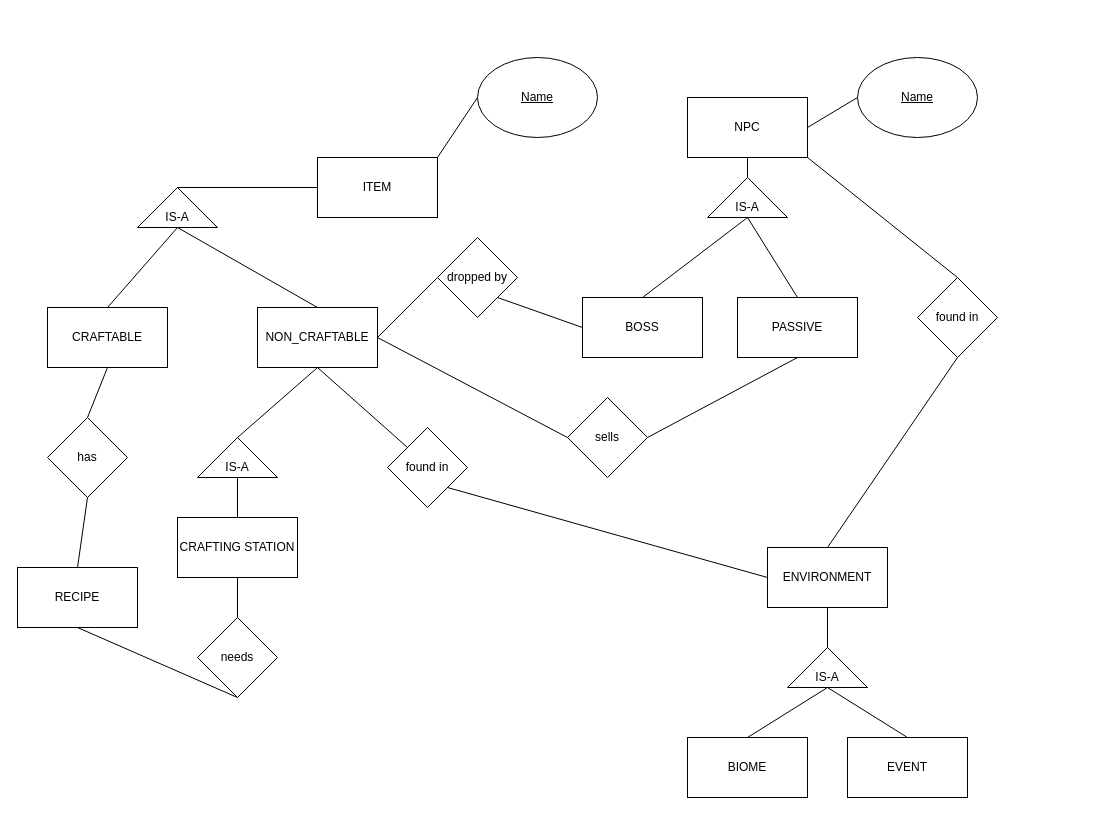
The draw.io diagram Terraria.drawio in ahridesu/guioes-BD, before the edit. Source tidied: cells renumbered, new cells numbered last; positions are measured from the earlier drawing's top-left corner, leaving out a move shared by most shapes. Both pictures are drawn from the tidied source at 100%, with x=0, y=0 at pixel (17, 57).
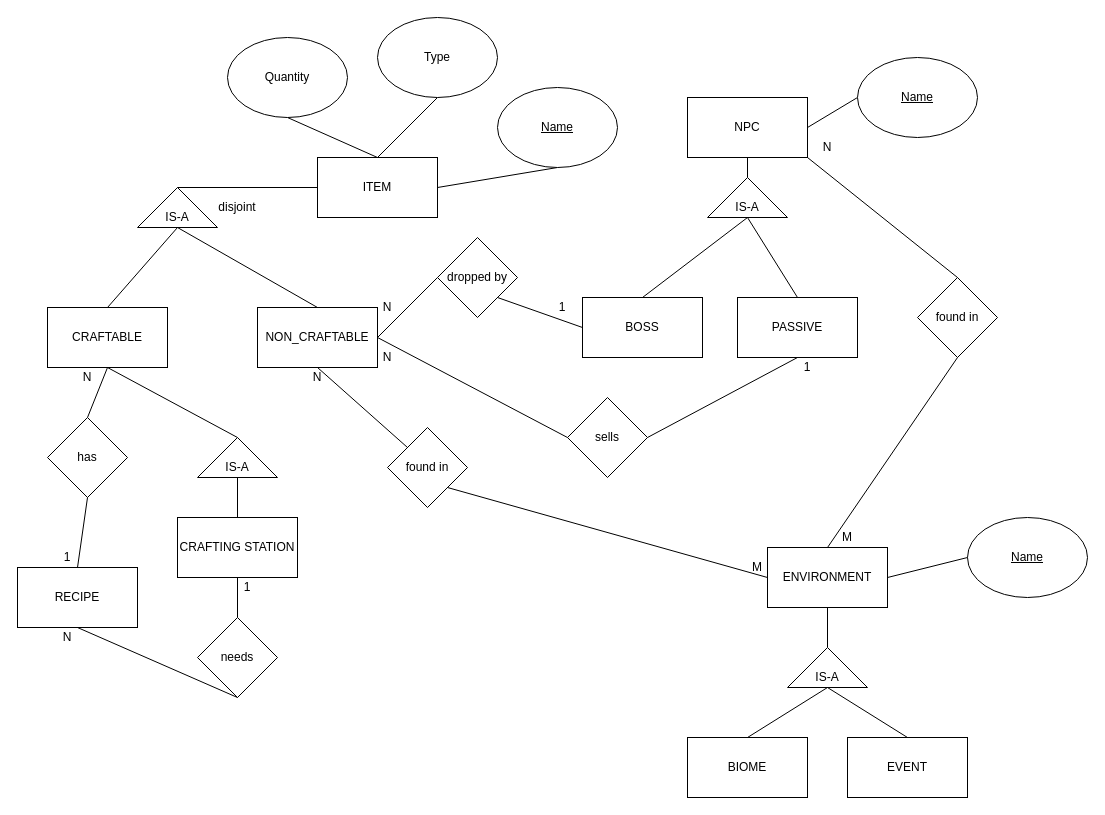
The same page after the edit.

The change refers to these unchanged cells:
```xml
<mxCell id="2" value="ITEM" style="rounded=0;whiteSpace=wrap;html=1;" parent="1" vertex="1">
  <mxGeometry x="300" y="100" width="120" height="60" as="geometry" />
</mxCell>
<mxCell id="16" value="ENVIRONMENT" style="rounded=0;whiteSpace=wrap;html=1;" parent="1" vertex="1">
  <mxGeometry x="750" y="490" width="120" height="60" as="geometry" />
</mxCell>
<mxCell id="30" value="CRAFTABLE" style="rounded=0;whiteSpace=wrap;html=1;" parent="1" vertex="1">
  <mxGeometry x="30" y="250" width="120" height="60" as="geometry" />
</mxCell>
<mxCell id="32" value="NON_CRAFTABLE" style="rounded=0;whiteSpace=wrap;html=1;" parent="1" vertex="1">
  <mxGeometry x="240" y="250" width="120" height="60" as="geometry" />
</mxCell>
<mxCell id="39" style="verticalLabelPosition=bottom;verticalAlign=top;html=1;shape=mxgraph.basic.acute_triangle;dx=0.5;" parent="1" vertex="1">
  <mxGeometry x="180" y="380" width="80" height="40" as="geometry" />
</mxCell>
```

Diff of the diagram source:
```diff
@@
-    <mxCell id="3" style="endArrow=none;html=1;exitX=1;exitY=0;exitDx=0;exitDy=0;entryX=0;entryY=0.5;entryDx=0;entryDy=0;" parent="1" edge="1" source="2" target="4">
+    <mxCell id="3" style="endArrow=none;html=1;exitX=1;exitY=0.5;exitDx=0;exitDy=0;entryX=0.5;entryY=1;entryDx=0;entryDy=0;" parent="1" edge="1" source="2" target="4">
       <mxGeometry relative="1" as="geometry" />
     </mxCell>
     <mxCell id="4" value="&lt;u&gt;Name&lt;/u&gt;" style="ellipse;whiteSpace=wrap;html=1;" parent="1" vertex="1">
-      <mxGeometry x="460" width="120" height="80" as="geometry" />
+      <mxGeometry x="480" y="30" width="120" height="80" as="geometry" />
     </mxCell>
@@
-    <mxCell id="28" style="endArrow=none;html=1;exitX=0.5;exitY=1;exitDx=0;exitDy=0;entryX=0;entryY=0;entryDx=40;entryDy=0;entryPerimeter=0;" parent="1" edge="1" source="32" target="39">
+    <mxCell id="28" style="endArrow=none;html=1;exitX=0.5;exitY=1;exitDx=0;exitDy=0;entryX=0;entryY=0;entryDx=40;entryDy=0;entryPerimeter=0;" parent="1" edge="1" source="30" target="39">
       <mxGeometry relative="1" as="geometry" />
     </mxCell>
@@
+    <mxCell id="54" value="&lt;u&gt;Name&lt;/u&gt;" style="ellipse;whiteSpace=wrap;html=1;" parent="1" vertex="1">
+      <mxGeometry x="950" y="460" width="120" height="80" as="geometry" />
+    </mxCell>
+    <mxCell id="55" style="endArrow=none;html=1;entryX=0;entryY=0.5;entryDx=0;entryDy=0;exitX=1;exitY=0.5;exitDx=0;exitDy=0;" parent="1" edge="1" source="16" target="54">
+      <mxGeometry relative="1" as="geometry" />
+    </mxCell>
+    <mxCell id="56" style="endArrow=none;html=1;exitX=0.5;exitY=0;exitDx=0;exitDy=0;entryX=0.5;entryY=1;entryDx=0;entryDy=0;" parent="1" edge="1" source="2" target="57">
+      <mxGeometry relative="1" as="geometry" />
+    </mxCell>
+    <mxCell id="57" value="Quantity" style="ellipse;whiteSpace=wrap;html=1;" parent="1" vertex="1">
+      <mxGeometry x="210" y="-20" width="120" height="80" as="geometry" />
+    </mxCell>
+    <mxCell id="58" value="disjoint" style="text;html=1;strokeColor=none;fillColor=none;align=center;verticalAlign=middle;whiteSpace=wrap;rounded=0;" parent="1" vertex="1">
+      <mxGeometry x="200" y="140" width="40" height="20" as="geometry" />
+    </mxCell>
+    <mxCell id="59" value="N" style="text;html=1;strokeColor=none;fillColor=none;align=center;verticalAlign=middle;whiteSpace=wrap;rounded=0;" parent="1" vertex="1">
+      <mxGeometry x="50" y="310" width="40" height="20" as="geometry" />
+    </mxCell>
+    <mxCell id="60" value="1" style="text;html=1;strokeColor=none;fillColor=none;align=center;verticalAlign=middle;whiteSpace=wrap;rounded=0;" parent="1" vertex="1">
+      <mxGeometry x="30" y="490" width="40" height="20" as="geometry" />
+    </mxCell>
+    <mxCell id="61" value="1" style="text;html=1;strokeColor=none;fillColor=none;align=center;verticalAlign=middle;whiteSpace=wrap;rounded=0;" parent="1" vertex="1">
+      <mxGeometry x="210" y="520" width="40" height="20" as="geometry" />
+    </mxCell>
+    <mxCell id="62" value="N" style="text;html=1;strokeColor=none;fillColor=none;align=center;verticalAlign=middle;whiteSpace=wrap;rounded=0;" parent="1" vertex="1">
+      <mxGeometry x="30" y="570" width="40" height="20" as="geometry" />
+    </mxCell>
+    <mxCell id="63" value="N" style="text;html=1;strokeColor=none;fillColor=none;align=center;verticalAlign=middle;whiteSpace=wrap;rounded=0;" parent="1" vertex="1">
+      <mxGeometry x="350" y="240" width="40" height="20" as="geometry" />
+    </mxCell>
+    <mxCell id="64" style="endArrow=none;html=1;exitX=0.5;exitY=0;exitDx=0;exitDy=0;entryX=0.5;entryY=1;entryDx=0;entryDy=0;" parent="1" edge="1" source="2" target="65">
+      <mxGeometry relative="1" as="geometry" />
+    </mxCell>
+    <mxCell id="65" value="Type" style="ellipse;whiteSpace=wrap;html=1;" parent="1" vertex="1">
+      <mxGeometry x="360" y="-40" width="120" height="80" as="geometry" />
+    </mxCell>
+    <mxCell id="66" value="1" style="text;html=1;strokeColor=none;fillColor=none;align=center;verticalAlign=middle;whiteSpace=wrap;rounded=0;" parent="1" vertex="1">
+      <mxGeometry x="525" y="240" width="40" height="20" as="geometry" />
+    </mxCell>
+    <mxCell id="67" value="N" style="text;html=1;strokeColor=none;fillColor=none;align=center;verticalAlign=middle;whiteSpace=wrap;rounded=0;" parent="1" vertex="1">
+      <mxGeometry x="350" y="290" width="40" height="20" as="geometry" />
+    </mxCell>
+    <mxCell id="68" value="1" style="text;html=1;strokeColor=none;fillColor=none;align=center;verticalAlign=middle;whiteSpace=wrap;rounded=0;" parent="1" vertex="1">
+      <mxGeometry x="770" y="300" width="40" height="20" as="geometry" />
+    </mxCell>
+    <mxCell id="69" value="N" style="text;html=1;strokeColor=none;fillColor=none;align=center;verticalAlign=middle;whiteSpace=wrap;rounded=0;" parent="1" vertex="1">
+      <mxGeometry x="280" y="310" width="40" height="20" as="geometry" />
+    </mxCell>
+    <mxCell id="70" value="M" style="text;html=1;strokeColor=none;fillColor=none;align=center;verticalAlign=middle;whiteSpace=wrap;rounded=0;" parent="1" vertex="1">
+      <mxGeometry x="720" y="500" width="40" height="20" as="geometry" />
+    </mxCell>
+    <mxCell id="71" value="N" style="text;html=1;strokeColor=none;fillColor=none;align=center;verticalAlign=middle;whiteSpace=wrap;rounded=0;" parent="1" vertex="1">
+      <mxGeometry x="790" y="80" width="40" height="20" as="geometry" />
+    </mxCell>
+    <mxCell id="72" value="M" style="text;html=1;strokeColor=none;fillColor=none;align=center;verticalAlign=middle;whiteSpace=wrap;rounded=0;" parent="1" vertex="1">
+      <mxGeometry x="810" y="470" width="40" height="20" as="geometry" />
+    </mxCell>
```
